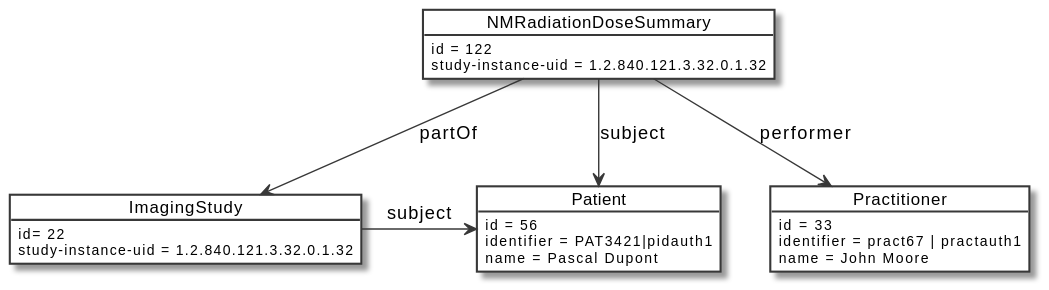
Before: input/images/example3.svg, a diagram exported from PlantUML (HL7/fhir-radiation-dose-summary-ig). The source it was exported from:
```plantuml
@startuml
skinparam monochrome true

object  NMRadiationDoseSummary #white {
  id = 122
  study-instance-uid = 1.2.840.121.3.32.0.1.32
}

object  Patient #white {
  id = 56
  identifier = PAT3421|pidauth1
  name = Pascal Dupont
}

object  ImagingStudy #white {
  id= 22
  study-instance-uid = 1.2.840.121.3.32.0.1.32
}

object  Practitioner #white {
  id = 33
  identifier = pract67 | practauth1
  name = John Moore
}


NMRadiationDoseSummary -d-> Patient : "subject"
NMRadiationDoseSummary -d-> ImagingStudy : "partOf"
NMRadiationDoseSummary -d-> Practitioner : "performer"
ImagingStudy -> Patient : "subject"
@enduml
```
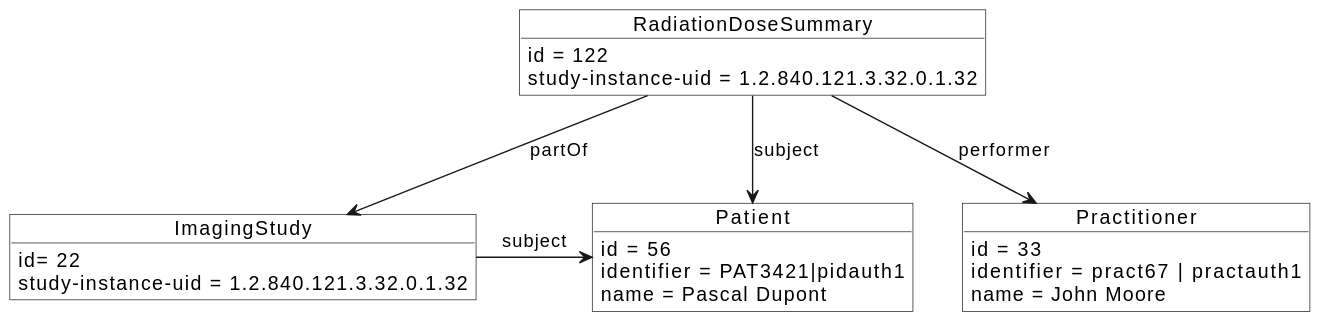
The same file after the commit.

Diff of the diagram source:
```diff
@@ -1,7 +1,7 @@
 @startuml
 skinparam monochrome true
 
-object  NMRadiationDoseSummary #white {
+object  RadiationDoseSummary #white {
   id = 122
   study-instance-uid = 1.2.840.121.3.32.0.1.32
 }
@@ -24,8 +24,8 @@
 }
 
 
-NMRadiationDoseSummary -d-> Patient : "subject"
-NMRadiationDoseSummary -d-> ImagingStudy : "partOf"
-NMRadiationDoseSummary -d-> Practitioner : "performer"
+RadiationDoseSummary -d-> Patient : "subject"
+RadiationDoseSummary -d-> ImagingStudy : "partOf"
+RadiationDoseSummary -d-> Practitioner : "performer"
 ImagingStudy -> Patient : "subject"
 @enduml
```
